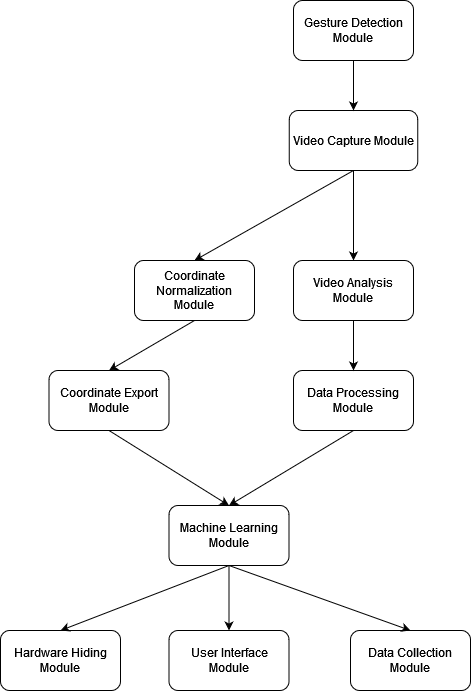
kelhuynh/CapstoneProject keeps this draw.io diagram as docs/Design/MG/Hierarchy.png. Above is the earlier version. Source tidied: cells renumbered, new cells last; positions are measured from the earlier drawing's top-left corner, leaving out a move shared by most shapes. The source it was exported from:
```xml
<mxGraphModel>
  <root>
    <mxCell id="0" />
    <mxCell id="1" parent="0" />
    <mxCell id="2" value="Gesture Detection Module" style="rounded=1;whiteSpace=wrap;html=1;" parent="1" vertex="1">
      <mxGeometry x="293" width="120" height="60" as="geometry" />
    </mxCell>
    <mxCell id="3" value="Coordinate Normalization Module" style="rounded=1;whiteSpace=wrap;html=1;" parent="1" vertex="1">
      <mxGeometry x="134" y="260" width="120" height="60" as="geometry" />
    </mxCell>
    <mxCell id="4" value="Video Capture Module" style="rounded=1;whiteSpace=wrap;html=1;" parent="1" vertex="1">
      <mxGeometry x="288.8" y="110" width="128.5" height="60" as="geometry" />
    </mxCell>
    <mxCell id="5" value="Coordinate Export Module" style="rounded=1;whiteSpace=wrap;html=1;" parent="1" vertex="1">
      <mxGeometry x="48.5" y="370" width="120" height="60" as="geometry" />
    </mxCell>
    <mxCell id="6" value="Data Processing Module" style="rounded=1;whiteSpace=wrap;html=1;" parent="1" vertex="1">
      <mxGeometry x="293" y="370" width="120" height="60" as="geometry" />
    </mxCell>
    <mxCell id="7" value="Machine Learning Module" style="rounded=1;whiteSpace=wrap;html=1;" parent="1" vertex="1">
      <mxGeometry x="168.5" y="505" width="120" height="60" as="geometry" />
    </mxCell>
    <mxCell id="8" style="endArrow=classic;html=1;rounded=0;exitX=0.5;exitY=1;exitDx=0;exitDy=0;" parent="1" edge="1" source="2" target="4">
      <mxGeometry relative="1" as="geometry" />
    </mxCell>
    <mxCell id="9" style="endArrow=classic;html=1;rounded=0;exitX=0.5;exitY=1;exitDx=0;exitDy=0;entryX=0.5;entryY=0;entryDx=0;entryDy=0;" parent="1" edge="1" source="4" target="18">
      <mxGeometry relative="1" as="geometry" />
    </mxCell>
    <mxCell id="10" style="endArrow=classic;html=1;rounded=0;exitX=0.5;exitY=1;exitDx=0;exitDy=0;entryX=0.5;entryY=0;entryDx=0;entryDy=0;" parent="1" edge="1" source="18" target="6">
      <mxGeometry relative="1" as="geometry" />
    </mxCell>
    <mxCell id="11" style="endArrow=classic;html=1;rounded=0;exitX=0.5;exitY=1;exitDx=0;exitDy=0;entryX=0.5;entryY=0;entryDx=0;entryDy=0;" parent="1" edge="1" source="4" target="3">
      <mxGeometry relative="1" as="geometry" />
    </mxCell>
    <mxCell id="12" style="endArrow=classic;html=1;rounded=0;exitX=0.5;exitY=1;exitDx=0;exitDy=0;entryX=0.5;entryY=0;entryDx=0;entryDy=0;" parent="1" edge="1" source="3" target="5">
      <mxGeometry relative="1" as="geometry" />
    </mxCell>
    <mxCell id="13" style="endArrow=classic;html=1;rounded=0;exitX=0.5;exitY=1;exitDx=0;exitDy=0;entryX=0.5;entryY=0;entryDx=0;entryDy=0;" parent="1" edge="1" source="5" target="7">
      <mxGeometry relative="1" as="geometry" />
    </mxCell>
    <mxCell id="14" style="endArrow=classic;html=1;rounded=0;exitX=0.5;exitY=1;exitDx=0;exitDy=0;entryX=0.5;entryY=0;entryDx=0;entryDy=0;" parent="1" edge="1" source="6" target="7">
      <mxGeometry relative="1" as="geometry" />
    </mxCell>
    <mxCell id="15" value="Hardware Hiding Module" style="rounded=1;whiteSpace=wrap;html=1;" parent="1" vertex="1">
      <mxGeometry y="630" width="120" height="60" as="geometry" />
    </mxCell>
    <mxCell id="16" value="User Interface Module" style="rounded=1;whiteSpace=wrap;html=1;" parent="1" vertex="1">
      <mxGeometry x="168.5" y="630" width="120" height="60" as="geometry" />
    </mxCell>
    <mxCell id="17" value="Data Collection Module" style="rounded=1;whiteSpace=wrap;html=1;" parent="1" vertex="1">
      <mxGeometry x="350" y="630" width="120" height="60" as="geometry" />
    </mxCell>
    <mxCell id="18" value="Video Analysis Module" style="rounded=1;whiteSpace=wrap;html=1;" parent="1" vertex="1">
      <mxGeometry x="293" y="260" width="120" height="60" as="geometry" />
    </mxCell>
    <mxCell id="19" style="endArrow=classic;html=1;rounded=0;exitX=0.5;exitY=1;exitDx=0;exitDy=0;entryX=0.5;entryY=0;entryDx=0;entryDy=0;" parent="1" edge="1" source="7" target="15">
      <mxGeometry relative="1" as="geometry" />
    </mxCell>
    <mxCell id="20" style="endArrow=classic;html=1;rounded=0;exitX=0.5;exitY=1;exitDx=0;exitDy=0;entryX=0.5;entryY=0;entryDx=0;entryDy=0;" parent="1" edge="1" source="7" target="16">
      <mxGeometry relative="1" as="geometry" />
    </mxCell>
    <mxCell id="21" style="endArrow=classic;html=1;rounded=0;exitX=0.5;exitY=1;exitDx=0;exitDy=0;entryX=0.5;entryY=0;entryDx=0;entryDy=0;" parent="1" edge="1" source="7" target="17">
      <mxGeometry relative="1" as="geometry" />
    </mxCell>
  </root>
</mxGraphModel>
```
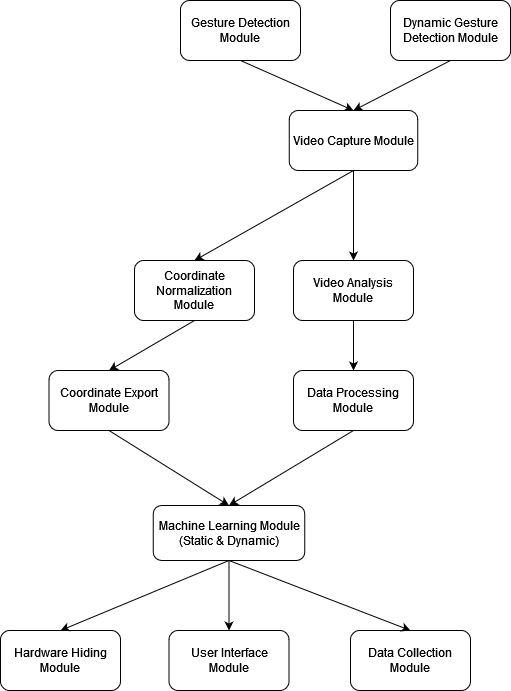
Later version of the same file.

What changed in the source:
```diff
@@ -3,7 +3,7 @@
     <mxCell id="0" />
     <mxCell id="1" parent="0" />
     <mxCell id="2" value="Gesture Detection Module" style="rounded=1;whiteSpace=wrap;html=1;" parent="1" vertex="1">
-      <mxGeometry x="293" width="120" height="60" as="geometry" />
+      <mxGeometry x="180" width="120" height="60" as="geometry" />
     </mxCell>
     <mxCell id="3" value="Coordinate Normalization Module" style="rounded=1;whiteSpace=wrap;html=1;" parent="1" vertex="1">
       <mxGeometry x="134" y="260" width="120" height="60" as="geometry" />
@@ -17,10 +17,10 @@
     <mxCell id="6" value="Data Processing Module" style="rounded=1;whiteSpace=wrap;html=1;" parent="1" vertex="1">
       <mxGeometry x="293" y="370" width="120" height="60" as="geometry" />
     </mxCell>
-    <mxCell id="7" value="Machine Learning Module" style="rounded=1;whiteSpace=wrap;html=1;" parent="1" vertex="1">
-      <mxGeometry x="168.5" y="505" width="120" height="60" as="geometry" />
+    <mxCell id="7" value="Machine Learning Module (Static &amp;amp; Dynamic)" style="rounded=1;whiteSpace=wrap;html=1;" parent="1" vertex="1">
+      <mxGeometry x="152.8" y="505" width="151.5" height="55" as="geometry" />
     </mxCell>
-    <mxCell id="8" style="endArrow=classic;html=1;rounded=0;exitX=0.5;exitY=1;exitDx=0;exitDy=0;" parent="1" edge="1" source="2" target="4">
+    <mxCell id="8" style="endArrow=classic;html=1;rounded=0;exitX=0.5;exitY=1;exitDx=0;exitDy=0;entryX=0.5;entryY=0;entryDx=0;entryDy=0;" parent="1" edge="1" source="2" target="4">
       <mxGeometry relative="1" as="geometry" />
     </mxCell>
     <mxCell id="9" style="endArrow=classic;html=1;rounded=0;exitX=0.5;exitY=1;exitDx=0;exitDy=0;entryX=0.5;entryY=0;entryDx=0;entryDy=0;" parent="1" edge="1" source="4" target="18">
@@ -62,5 +62,11 @@
     <mxCell id="21" style="endArrow=classic;html=1;rounded=0;exitX=0.5;exitY=1;exitDx=0;exitDy=0;entryX=0.5;entryY=0;entryDx=0;entryDy=0;" parent="1" edge="1" source="7" target="17">
       <mxGeometry relative="1" as="geometry" />
     </mxCell>
+    <mxCell id="22" value="Dynamic Gesture Detection Module" style="rounded=1;whiteSpace=wrap;html=1;" parent="1" vertex="1">
+      <mxGeometry x="390" width="120" height="60" as="geometry" />
+    </mxCell>
+    <mxCell id="23" style="endArrow=classic;html=1;rounded=0;exitX=0.5;exitY=1;exitDx=0;exitDy=0;entryX=0.5;entryY=0;entryDx=0;entryDy=0;" parent="1" edge="1" source="22" target="4">
+      <mxGeometry relative="1" as="geometry" />
+    </mxCell>
   </root>
 </mxGraphModel>
```
